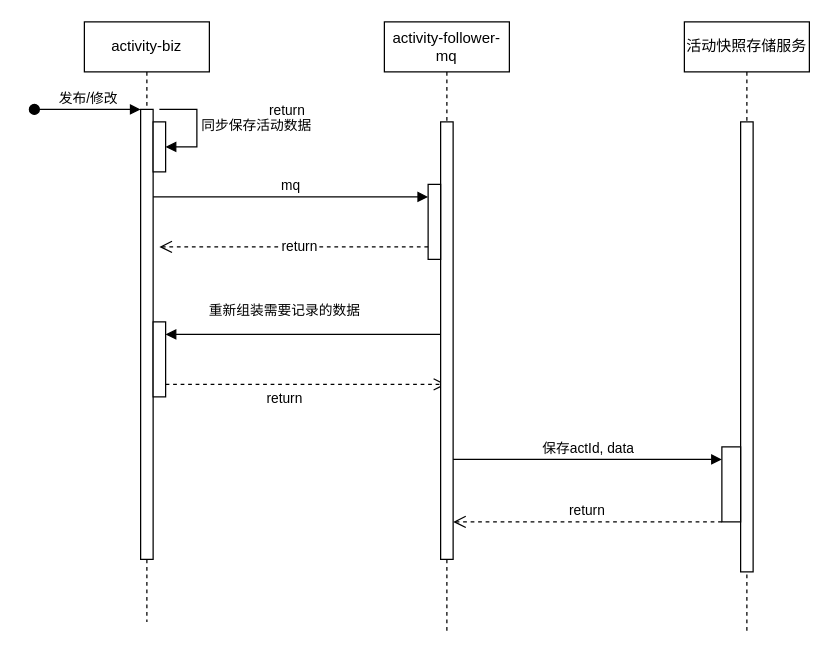
The draw.io diagram 活动快照版本2.drawio in Luffybaga/draw, before the edit. Source tidied: cells renumbered, new cells numbered last; positions are measured from the earlier drawing's top-left corner, leaving out a move shared by most shapes. Both pictures are drawn from the tidied source at 125%, with x=0, y=0 at pixel (34, 21).
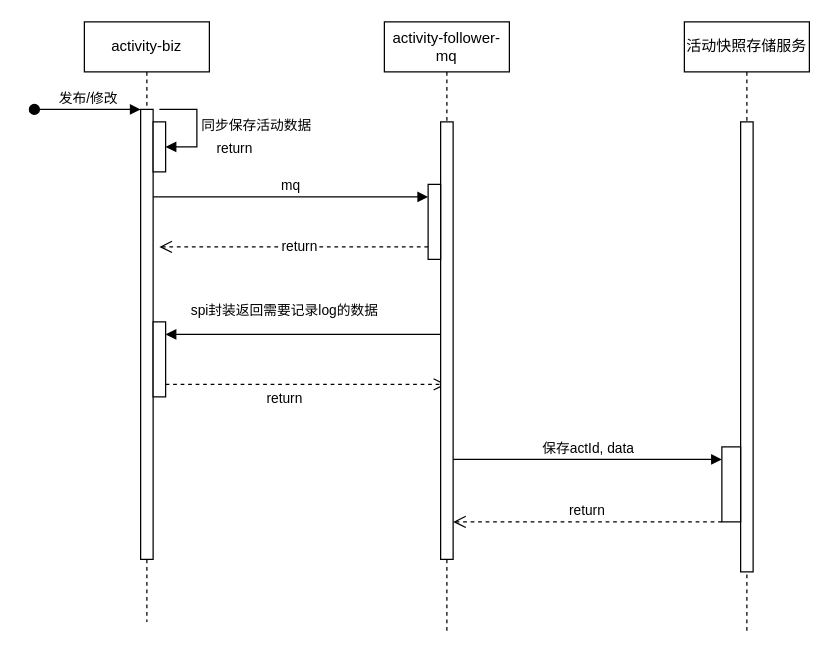
After the change.

Commit message (it also covers changes not shown here):
更新活动快照版本2.drawio

Unchanged cells that the change refers to:
```xml
<mxCell id="7" style="html=1;points=[];perimeter=orthogonalPerimeter;outlineConnect=0;targetShapes=umlLifeline;portConstraint=eastwest;newEdgeStyle={&quot;edgeStyle&quot;:&quot;elbowEdgeStyle&quot;,&quot;elbow&quot;:&quot;vertical&quot;,&quot;curved&quot;:0,&quot;rounded&quot;:0};" parent="2" vertex="1">
  <mxGeometry x="55" y="240" width="10" height="60" as="geometry" />
</mxCell>
<mxCell id="14" style="html=1;points=[];perimeter=orthogonalPerimeter;outlineConnect=0;targetShapes=umlLifeline;portConstraint=eastwest;newEdgeStyle={&quot;edgeStyle&quot;:&quot;elbowEdgeStyle&quot;,&quot;elbow&quot;:&quot;vertical&quot;,&quot;curved&quot;:0,&quot;rounded&quot;:0};" parent="13" vertex="1">
  <mxGeometry x="45" y="80" width="10" height="350" as="geometry" />
</mxCell>
<mxCell id="15" style="html=1;points=[];perimeter=orthogonalPerimeter;outlineConnect=0;targetShapes=umlLifeline;portConstraint=eastwest;newEdgeStyle={&quot;edgeStyle&quot;:&quot;elbowEdgeStyle&quot;,&quot;elbow&quot;:&quot;vertical&quot;,&quot;curved&quot;:0,&quot;rounded&quot;:0};" parent="13" vertex="1">
  <mxGeometry x="35" y="130" width="10" height="60" as="geometry" />
</mxCell>
```

What changed in the source:
```diff
@@
-    <mxCell id="11" value="重新组装需要记录的数据" style="html=1;verticalAlign=bottom;endArrow=block;edgeStyle=elbowEdgeStyle;elbow=vertical;curved=0;rounded=0;" parent="1" edge="1" source="14" target="7">
+    <mxCell id="11" value="spi封装返回需要记录log的数据" style="html=1;verticalAlign=bottom;endArrow=block;edgeStyle=elbowEdgeStyle;elbow=vertical;curved=0;rounded=0;" parent="1" edge="1" source="14" target="7">
       <mxGeometry x="0.14" y="-10" relative="1" as="geometry">
         <Array as="points">
           <mxPoint x="160" y="250" />
         </Array>
       </mxGeometry>
     </mxCell>
@@
     <mxCell id="19" value="return" style="html=1;verticalAlign=bottom;endArrow=open;dashed=1;endSize=8;edgeStyle=elbowEdgeStyle;elbow=vertical;curved=0;rounded=0;" parent="1" edge="1" source="15">
-      <mxGeometry x="0.05" y="-100" relative="1" as="geometry">
+      <mxGeometry x="0.44" y="-70" relative="1" as="geometry">
         <mxPoint x="100" y="180" as="targetPoint" />
         <Array as="points">
           <mxPoint x="260" y="180" />
           <mxPoint x="290" y="250" />
         </Array>
       </mxGeometry>
     </mxCell>
```
